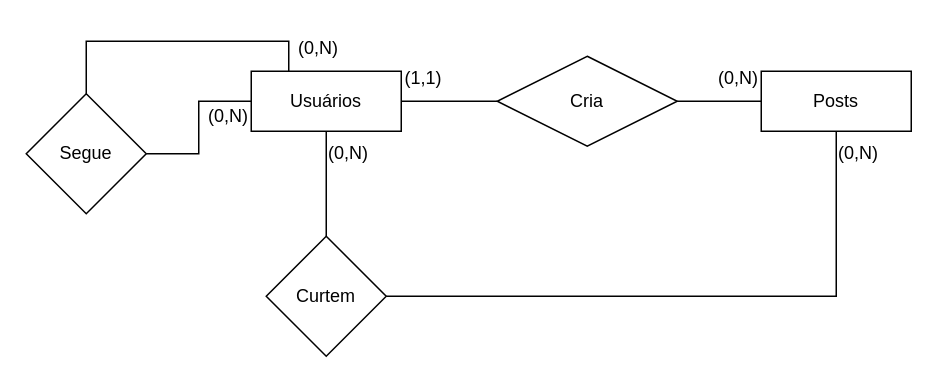
Earlier version of the draw.io diagram DER.drawio (jrfagundes/feed). Source tidied: cells renumbered, new cells numbered last; positions are measured from the earlier drawing's top-left corner, leaving out a move shared by most shapes. Both pictures are drawn from the tidied source at 150%, with x=0, y=0 at pixel (26, 26).
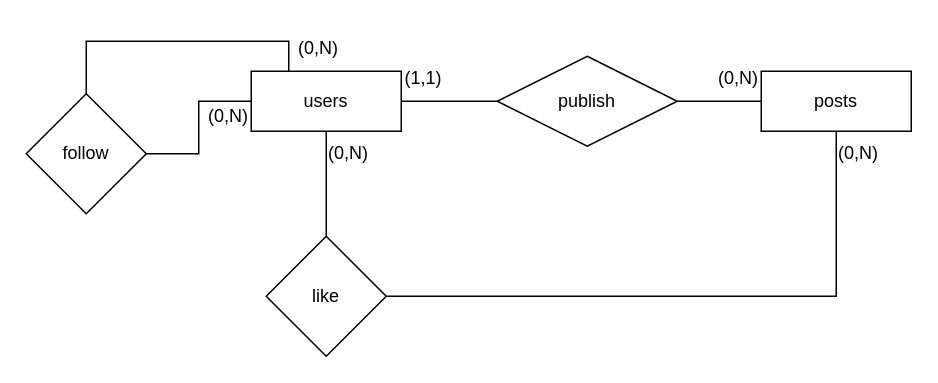
The same diagram, later.

Change to the diagram source:
```diff
@@
-    <mxCell id="5" value="Usuários" style="whiteSpace=wrap;html=1;align=center;" parent="1" vertex="1">
+    <mxCell id="5" value="users" style="whiteSpace=wrap;html=1;align=center;" parent="1" vertex="1">
       <mxGeometry x="150" y="30" width="100" height="40" as="geometry" />
     </mxCell>
-    <mxCell id="6" value="Posts" style="whiteSpace=wrap;html=1;align=center;" parent="1" vertex="1">
+    <mxCell id="6" value="posts" style="whiteSpace=wrap;html=1;align=center;" parent="1" vertex="1">
       <mxGeometry x="490" y="30" width="100" height="40" as="geometry" />
     </mxCell>
@@
-    <mxCell id="8" value="Cria" style="shape=rhombus;perimeter=rhombusPerimeter;whiteSpace=wrap;html=1;align=center;" parent="1" vertex="1">
+    <mxCell id="8" value="publish" style="shape=rhombus;perimeter=rhombusPerimeter;whiteSpace=wrap;html=1;align=center;" parent="1" vertex="1">
       <mxGeometry x="314" y="20" width="120" height="60" as="geometry" />
     </mxCell>
@@
-    <mxCell id="10" value="Curtem" style="rhombus;whiteSpace=wrap;html=1;direction=south;" parent="1" vertex="1">
+    <mxCell id="10" value="like" style="rhombus;whiteSpace=wrap;html=1;direction=south;" parent="1" vertex="1">
       <mxGeometry x="160" y="140" width="80" height="80" as="geometry" />
     </mxCell>
@@
-    <mxCell id="14" value="Segue" style="rhombus;whiteSpace=wrap;html=1;" parent="1" vertex="1">
+    <mxCell id="14" value="follow" style="rhombus;whiteSpace=wrap;html=1;" parent="1" vertex="1">
       <mxGeometry y="45" width="80" height="80" as="geometry" />
     </mxCell>
```
